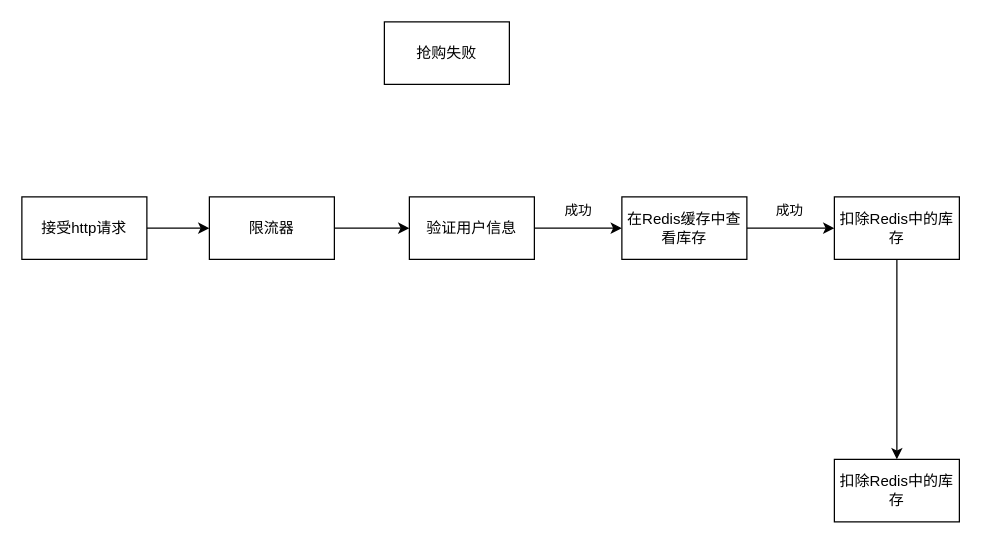
Before: Untitled Diagram.drawio in z-qqqqq/diagrams, a draw.io diagram. Source tidied: cells renumbered, new cells numbered last; positions are measured from the earlier drawing's top-left corner, leaving out a move shared by most shapes. Both pictures are drawn from the tidied source at 125%, with x=0, y=0 at pixel (21, 21).
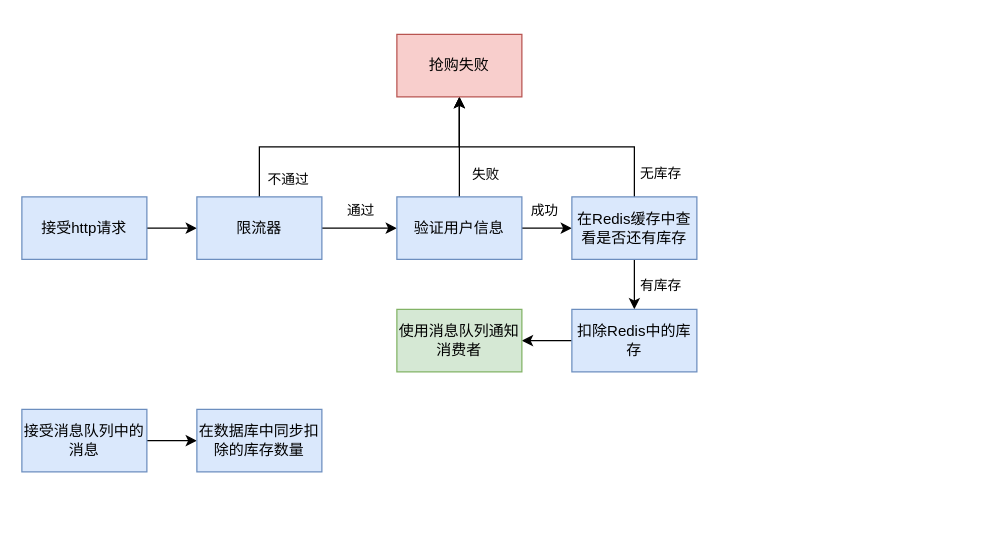
Above is the later version.

Unchanged cells that the change refers to:
```xml
<mxCell id="4" style="edgeStyle=orthogonalEdgeStyle;rounded=0;jettySize=auto;html=1;" parent="1" edge="1" source="5" target="8">
  <mxGeometry relative="1" as="geometry" />
</mxCell>
<mxCell id="9" style="edgeStyle=orthogonalEdgeStyle;rounded=0;jettySize=auto;html=1;labelBorderColor=none;" parent="1" edge="1" source="11" target="13">
  <mxGeometry relative="1" as="geometry" />
</mxCell>
```

Change to the diagram source:
```diff
@@
-    <mxCell id="3" value="接受http请求" style="rounded=0;whiteSpace=wrap;html=1;" parent="1" vertex="1">
+    <mxCell id="3" value="接受http请求" style="rounded=0;whiteSpace=wrap;html=1;fillColor=#dae8fc;strokeColor=#6c8ebf;" parent="1" vertex="1">
       <mxGeometry y="140" width="100" height="50" as="geometry" />
     </mxCell>
@@
+    <mxCell id="16" value="通过" style="edgeLabel;html=1;align=center;verticalAlign=middle;" parent="4" vertex="1">
+      <mxGeometry x="0.34" y="5" relative="1" as="geometry">
+        <mxPoint x="-10" y="-10" as="offset" />
+      </mxGeometry>
+    </mxCell>
+    <mxCell id="17" style="edgeStyle=orthogonalEdgeStyle;rounded=0;jettySize=auto;html=1;exitX=0.5;exitY=0;exitDx=0;exitDy=0;entryX=0.5;entryY=1;entryDx=0;entryDy=0;labelBorderColor=none;" parent="1" edge="1" source="5" target="14">
+      <mxGeometry relative="1" as="geometry" />
+    </mxCell>
+    <mxCell id="18" value="不通过" style="edgeLabel;html=1;align=center;verticalAlign=middle;" parent="17" vertex="1">
+      <mxGeometry x="-0.53" y="1" relative="1" as="geometry">
+        <mxPoint x="6" y="26" as="offset" />
+      </mxGeometry>
+    </mxCell>
-    <mxCell id="5" value="限流器" style="rounded=0;whiteSpace=wrap;html=1;" parent="1" vertex="1">
-      <mxGeometry x="150" y="140" width="100" height="50" as="geometry" />
+    <mxCell id="5" value="限流器" style="rounded=0;whiteSpace=wrap;html=1;fillColor=#dae8fc;strokeColor=#6c8ebf;" parent="1" vertex="1">
+      <mxGeometry x="140" y="140" width="100" height="50" as="geometry" />
     </mxCell>
@@
+    <mxCell id="19" style="edgeStyle=orthogonalEdgeStyle;rounded=0;jettySize=auto;html=1;exitX=0.5;exitY=0;exitDx=0;exitDy=0;entryX=0.5;entryY=1;entryDx=0;entryDy=0;labelBorderColor=none;" parent="1" edge="1" source="8" target="14">
+      <mxGeometry relative="1" as="geometry" />
+    </mxCell>
+    <mxCell id="20" value="失败" style="edgeLabel;html=1;align=center;verticalAlign=middle;" parent="19" vertex="1">
+      <mxGeometry x="-0.67" y="-2" relative="1" as="geometry">
+        <mxPoint x="18" y="-6" as="offset" />
+      </mxGeometry>
+    </mxCell>
-    <mxCell id="8" value="验证用户信息" style="rounded=0;whiteSpace=wrap;html=1;" parent="1" vertex="1">
-      <mxGeometry x="310" y="140" width="100" height="50" as="geometry" />
+    <mxCell id="8" value="验证用户信息" style="rounded=0;whiteSpace=wrap;html=1;fillColor=#dae8fc;strokeColor=#6c8ebf;" parent="1" vertex="1">
+      <mxGeometry x="300" y="140" width="100" height="50" as="geometry" />
     </mxCell>
@@
-    <mxCell id="10" value="成功" style="edgeLabel;html=1;align=center;verticalAlign=middle;" parent="9" vertex="1">
+    <mxCell id="10" value="有库存" style="edgeLabel;html=1;align=center;verticalAlign=middle;" parent="9" vertex="1">
       <mxGeometry x="0.29" relative="1" as="geometry">
-        <mxPoint x="-12" y="-15" as="offset" />
+        <mxPoint x="20" y="-6" as="offset" />
       </mxGeometry>
     </mxCell>
+    <mxCell id="21" style="edgeStyle=orthogonalEdgeStyle;rounded=0;jettySize=auto;html=1;exitX=0.5;exitY=0;exitDx=0;exitDy=0;entryX=0.5;entryY=1;entryDx=0;entryDy=0;labelBorderColor=none;" parent="1" edge="1" source="11" target="14">
+      <mxGeometry relative="1" as="geometry" />
+    </mxCell>
+    <mxCell id="22" value="无库存" style="edgeLabel;html=1;align=center;verticalAlign=middle;" parent="21" vertex="1">
+      <mxGeometry x="-0.82" y="-5" relative="1" as="geometry">
+        <mxPoint x="15" as="offset" />
+      </mxGeometry>
+    </mxCell>
-    <mxCell id="11" value="在Redis缓存中查看库存" style="rounded=0;whiteSpace=wrap;html=1;" parent="1" vertex="1">
-      <mxGeometry x="480" y="140" width="100" height="50" as="geometry" />
+    <mxCell id="11" value="在Redis缓存中查看是否还有库存" style="rounded=0;whiteSpace=wrap;html=1;fillColor=#dae8fc;strokeColor=#6c8ebf;" parent="1" vertex="1">
+      <mxGeometry x="440" y="140" width="100" height="50" as="geometry" />
     </mxCell>
@@
-    <mxCell id="13" value="扣除Redis中的库存" style="rounded=0;whiteSpace=wrap;html=1;" parent="1" vertex="1">
-      <mxGeometry x="650" y="140" width="100" height="50" as="geometry" />
+    <mxCell id="13" value="扣除Redis中的库存" style="rounded=0;whiteSpace=wrap;html=1;fillColor=#dae8fc;strokeColor=#6c8ebf;" parent="1" vertex="1">
+      <mxGeometry x="440" y="230" width="100" height="50" as="geometry" />
     </mxCell>
-    <mxCell id="14" value="抢购失败" style="rounded=0;whiteSpace=wrap;html=1;" parent="1" vertex="1">
-      <mxGeometry x="290" width="100" height="50" as="geometry" />
+    <mxCell id="14" value="抢购失败" style="rounded=0;whiteSpace=wrap;html=1;fillColor=#f8cecc;strokeColor=#b85450;" parent="1" vertex="1">
+      <mxGeometry x="300" y="10" width="100" height="50" as="geometry" />
     </mxCell>
-    <mxCell id="15" value="扣除Redis中的库存" style="rounded=0;whiteSpace=wrap;html=1;" parent="1" vertex="1">
-      <mxGeometry x="650" y="350" width="100" height="50" as="geometry" />
+    <mxCell id="15" value="使用消息队列通知消费者" style="rounded=0;whiteSpace=wrap;html=1;fillColor=#d5e8d4;strokeColor=#82b366;" parent="1" vertex="1">
+      <mxGeometry x="300" y="230" width="100" height="50" as="geometry" />
     </mxCell>
+    <mxCell id="23" style="edgeStyle=orthogonalEdgeStyle;rounded=0;jettySize=auto;html=1;labelBorderColor=none;" parent="1" edge="1" source="24" target="25">
+      <mxGeometry relative="1" as="geometry" />
+    </mxCell>
+    <mxCell id="24" value="接受消息队列中的消息" style="rounded=0;whiteSpace=wrap;html=1;fillColor=#dae8fc;strokeColor=#6c8ebf;" parent="1" vertex="1">
+      <mxGeometry y="310" width="100" height="50" as="geometry" />
+    </mxCell>
+    <mxCell id="25" value="在数据库中同步扣除的库存数量" style="rounded=0;whiteSpace=wrap;html=1;fillColor=#dae8fc;strokeColor=#6c8ebf;" parent="1" vertex="1">
+      <mxGeometry x="140" y="310" width="100" height="50" as="geometry" />
+    </mxCell>
```
